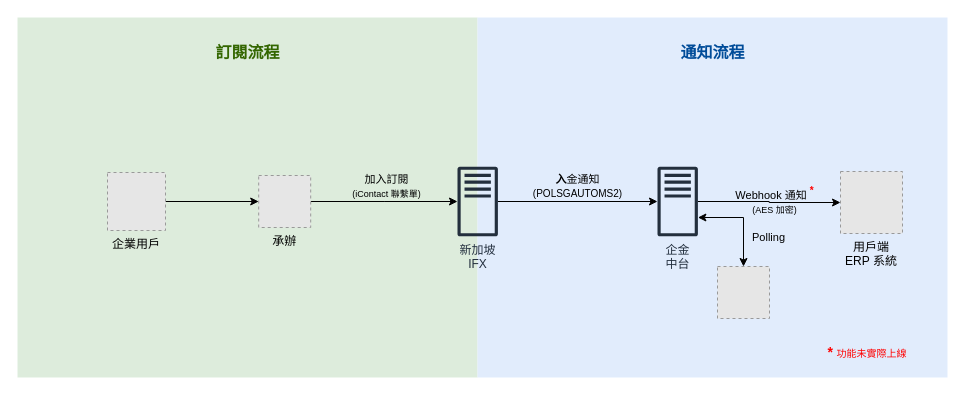
This is page "新加坡入金通知流程圖" (2 of 3) of 主動入金通知.drawio from Wayne-Kao/draw.io, a draw.io file, before an edit. Source tidied: cells renumbered, new cells numbered last; positions are measured from the earlier drawing's top-left corner, leaving out a move shared by most shapes. Both pictures are drawn from the tidied source at 100%, with x=0, y=0 at pixel (17, 17). Pictures stored in the file or linked from it are replaced by grey dashed boxes.
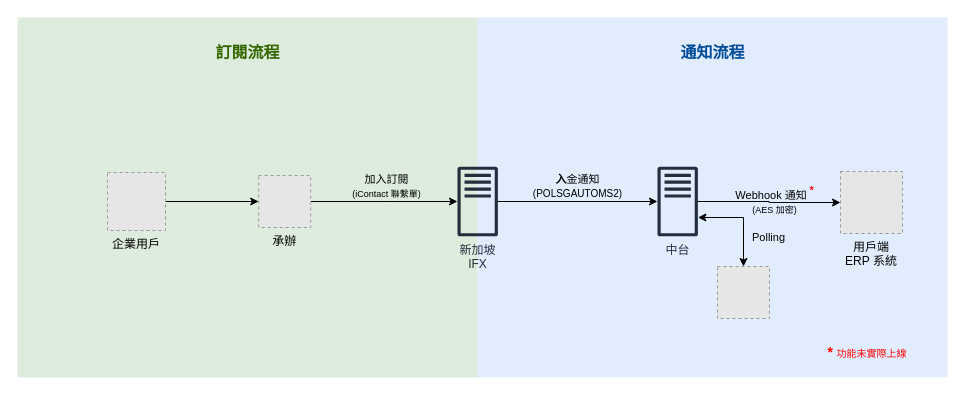
Above is the later version.

Change to the diagram source:
```diff
@@
-    <mxCell id="18" value="企金&lt;br&gt;中台" style="sketch=0;outlineConnect=0;fontColor=#232F3E;gradientColor=none;fillColor=#232F3D;strokeColor=none;dashed=0;verticalLabelPosition=bottom;verticalAlign=top;align=center;html=1;fontSize=12;fontStyle=0;shape=mxgraph.aws4.traditional_server;" parent="1" vertex="1">
+    <mxCell id="18" value="中台" style="sketch=0;outlineConnect=0;fontColor=#232F3E;gradientColor=none;fillColor=#232F3D;strokeColor=none;dashed=0;verticalLabelPosition=bottom;verticalAlign=top;align=center;html=1;fontSize=12;fontStyle=0;shape=mxgraph.aws4.traditional_server;" parent="1" vertex="1">
       <mxGeometry x="640" y="149" width="40.4" height="70" as="geometry" />
     </mxCell>
```
